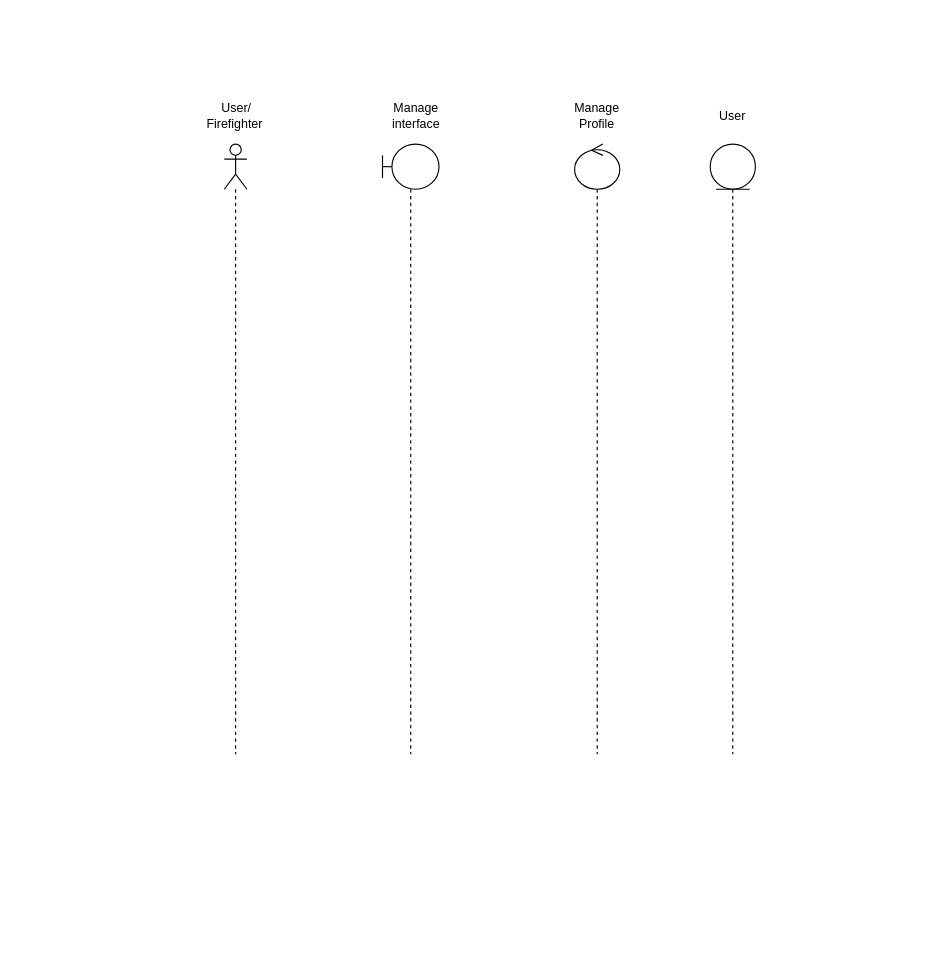
Earlier version of the draw.io diagram page "profile SD" (6 of 11) of doc/PSM.drawio (SNFASA/AI-Fire-Monitoring-System). Source tidied: cells renumbered, new cells numbered last; positions are measured from the earlier drawing's top-left corner, leaving out a move shared by most shapes. Both pictures are drawn from the tidied source at 113%, with x=0, y=0 at pixel (201, 98).
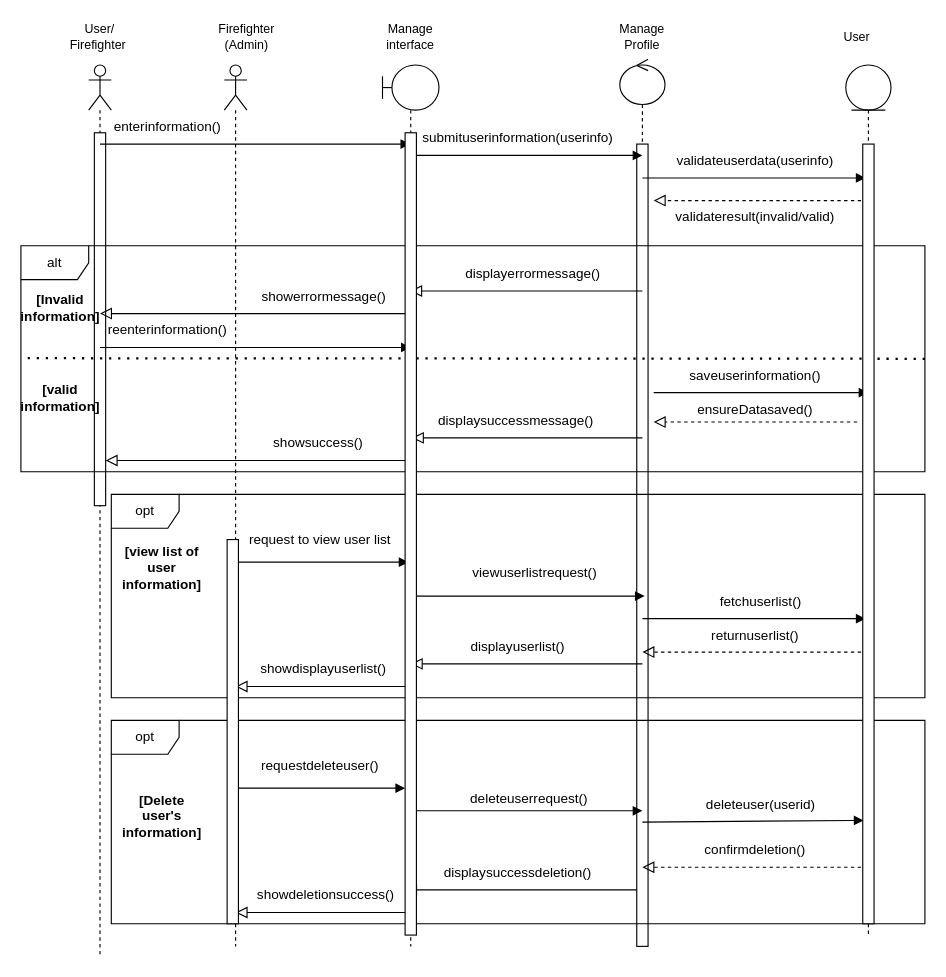
Above is the later version.

What changed in the source:
```diff
@@
     <mxCell id="2" style="shape=umlLifeline;perimeter=lifelinePerimeter;whiteSpace=wrap;html=1;newEdgeStyle={&quot;curved&quot;:0,&quot;rounded&quot;:0};participant=umlActor;fontFamily=Helvetica;fontSize=11;fontColor=default;labelBackgroundColor=none;" parent="1" vertex="1">
-      <mxGeometry x="20" y="40" width="20" height="540" as="geometry" />
+      <mxGeometry x="-100" y="-30" width="20" height="790" as="geometry" />
     </mxCell>
+    <mxCell id="10" style="html=1;points=[[0,0,0,0,5],[0,1,0,0,-5],[1,0,0,0,5],[1,1,0,0,-5]];perimeter=orthogonalPerimeter;outlineConnect=0;targetShapes=umlLifeline;portConstraint=eastwest;newEdgeStyle={&quot;curved&quot;:0,&quot;rounded&quot;:0};" parent="2" vertex="1">
+      <mxGeometry x="5" y="60" width="10" height="330" as="geometry" />
+    </mxCell>
     <mxCell id="3" style="shape=umlLifeline;perimeter=lifelinePerimeter;whiteSpace=wrap;html=1;outlineConnect=0;portConstraint=eastwest;newEdgeStyle={&quot;curved&quot;:0,&quot;rounded&quot;:0};participant=umlBoundary;fontFamily=Helvetica;fontSize=11;fontColor=default;labelBackgroundColor=none;" parent="1" vertex="1">
-      <mxGeometry x="160" y="40" width="50" height="540" as="geometry" />
+      <mxGeometry x="160" y="-30" width="50" height="780" as="geometry" />
     </mxCell>
     <mxCell id="4" style="shape=umlLifeline;perimeter=lifelinePerimeter;whiteSpace=wrap;html=1;newEdgeStyle={&quot;curved&quot;:0,&quot;rounded&quot;:0};participant=umlControl;fontFamily=Helvetica;fontSize=11;fontColor=default;labelBackgroundColor=none;" parent="1" vertex="1">
-      <mxGeometry x="330" y="40" width="40" height="540" as="geometry" />
+      <mxGeometry x="370" y="-35" width="40" height="785" as="geometry" />
     </mxCell>
+    <mxCell id="11" style="html=1;perimeter=orthogonalPerimeter;targetShapes=umlLifeline;newEdgeStyle={&quot;curved&quot;:0,&quot;rounded&quot;:0};" parent="4" vertex="1">
+      <mxGeometry x="15" y="75" width="10" height="710" as="geometry" />
+    </mxCell>
     <mxCell id="5" style="shape=umlLifeline;perimeter=lifelinePerimeter;whiteSpace=wrap;html=1;newEdgeStyle={&quot;curved&quot;:0,&quot;rounded&quot;:0};participant=umlEntity;fontFamily=Helvetica;fontSize=11;fontColor=default;labelBackgroundColor=none;" parent="1" vertex="1">
-      <mxGeometry x="450" y="40" width="40" height="540" as="geometry" />
+      <mxGeometry x="570" y="-30" width="40" height="770" as="geometry" />
     </mxCell>
     <mxCell id="6" value="User/&lt;div&gt;Firefighter&amp;nbsp;&lt;/div&gt;" style="text;html=1;whiteSpace=wrap;strokeColor=none;fillColor=none;align=center;verticalAlign=middle;rounded=0;fontFamily=Helvetica;fontSize=11;fontColor=default;labelBackgroundColor=none;" parent="1" vertex="1">
-      <mxGeometry x="0.5" width="60" height="30" as="geometry" />
+      <mxGeometry x="-120" y="-70" width="60" height="30" as="geometry" />
     </mxCell>
     <mxCell id="7" value="Manage&lt;div&gt;interface&lt;/div&gt;" style="text;html=1;whiteSpace=wrap;strokeColor=none;fillColor=none;align=center;verticalAlign=middle;rounded=0;fontFamily=Helvetica;fontSize=11;fontColor=default;labelBackgroundColor=none;" parent="1" vertex="1">
-      <mxGeometry x="160" width="60" height="30" as="geometry" />
+      <mxGeometry x="155" y="-70" width="60" height="30" as="geometry" />
     </mxCell>
     <mxCell id="8" value="Manage Profile" style="text;html=1;whiteSpace=wrap;strokeColor=none;fillColor=none;align=center;verticalAlign=middle;rounded=0;fontFamily=Helvetica;fontSize=11;fontColor=default;labelBackgroundColor=none;" parent="1" vertex="1">
-      <mxGeometry x="320" width="60" height="30" as="geometry" />
+      <mxGeometry x="360" y="-70" width="60" height="30" as="geometry" />
     </mxCell>
     <mxCell id="9" value="User" style="text;html=1;whiteSpace=wrap;strokeColor=none;fillColor=none;align=center;verticalAlign=middle;rounded=0;fontFamily=Helvetica;fontSize=11;fontColor=default;labelBackgroundColor=none;" parent="1" vertex="1">
-      <mxGeometry x="440" width="60" height="30" as="geometry" />
+      <mxGeometry x="550" y="-70" width="60" height="30" as="geometry" />
     </mxCell>
+    <mxCell id="12" style="shape=umlLifeline;perimeter=lifelinePerimeter;whiteSpace=wrap;html=1;newEdgeStyle={&quot;curved&quot;:0,&quot;rounded&quot;:0};participant=umlActor;fontFamily=Helvetica;fontSize=11;fontColor=default;labelBackgroundColor=none;" parent="1" vertex="1">
+      <mxGeometry x="20" y="-30" width="20" height="780" as="geometry" />
+    </mxCell>
+    <mxCell id="13" value="&lt;div&gt;Firefighter (Admin)&lt;/div&gt;" style="text;html=1;whiteSpace=wrap;strokeColor=none;fillColor=none;align=center;verticalAlign=middle;rounded=0;fontFamily=Helvetica;fontSize=11;fontColor=default;labelBackgroundColor=none;" parent="1" vertex="1">
+      <mxGeometry x="10" y="-70" width="60" height="30" as="geometry" />
+    </mxCell>
+    <mxCell id="14" style="html=1;verticalAlign=bottom;labelBackgroundColor=none;endArrow=block;endFill=1;rounded=0;" parent="1" edge="1" target="3">
+      <mxGeometry relative="1" as="geometry">
+        <mxPoint x="-90" y="40" as="sourcePoint" />
+      </mxGeometry>
+    </mxCell>
+    <mxCell id="15" style="endArrow=block;startArrow=none;endFill=0;startFill=0;endSize=8;html=1;verticalAlign=bottom;dashed=1;labelBackgroundColor=none;rounded=0;" parent="1" edge="1">
+      <mxGeometry relative="1" as="geometry">
+        <mxPoint x="589.5" y="90" as="sourcePoint" />
+        <mxPoint x="400" y="90" as="targetPoint" />
+      </mxGeometry>
+    </mxCell>
+    <mxCell id="16" style="html=1;verticalAlign=bottom;labelBackgroundColor=none;endArrow=block;endFill=1;rounded=0;" parent="1" edge="1" source="71">
+      <mxGeometry relative="1" as="geometry">
+        <mxPoint x="390" y="50" as="targetPoint" />
+      </mxGeometry>
+    </mxCell>
+    <mxCell id="17" style="html=1;verticalAlign=bottom;labelBackgroundColor=none;endArrow=block;endFill=1;rounded=0;" parent="1" edge="1">
+      <mxGeometry relative="1" as="geometry">
+        <mxPoint x="590" y="40" as="sourcePoint" />
+        <mxPoint x="590" y="70" as="targetPoint" />
+      </mxGeometry>
+    </mxCell>
+    <mxCell id="18" style="endArrow=block;startArrow=none;endFill=0;startFill=0;endSize=8;html=1;verticalAlign=bottom;labelBackgroundColor=none;rounded=0;" parent="1" edge="1" target="3">
+      <mxGeometry relative="1" as="geometry">
+        <mxPoint x="390" y="170" as="sourcePoint" />
+      </mxGeometry>
+    </mxCell>
+    <mxCell id="19" value="alt" style="shape=umlFrame;whiteSpace=wrap;html=1;" parent="1" vertex="1">
+      <mxGeometry x="-160" y="130" width="800" height="200" as="geometry" />
+    </mxCell>
+    <mxCell id="20" style="endArrow=none;dashed=1;html=1;dashPattern=1 3;strokeWidth=2;rounded=0;entryX=0.001;entryY=0.525;entryDx=0;entryDy=0;entryPerimeter=0;" parent="1" edge="1">
+      <mxGeometry relative="1" as="geometry">
+        <mxPoint x="640" y="230" as="sourcePoint" />
+        <mxPoint x="-160" y="229.5" as="targetPoint" />
+      </mxGeometry>
+    </mxCell>
+    <mxCell id="21" style="endArrow=block;startArrow=none;endFill=0;startFill=0;endSize=8;html=1;verticalAlign=bottom;labelBackgroundColor=none;rounded=0;" parent="1" edge="1">
+      <mxGeometry relative="1" as="geometry">
+        <mxPoint x="185" y="190" as="sourcePoint" />
+        <mxPoint x="-90" y="190" as="targetPoint" />
+      </mxGeometry>
+    </mxCell>
+    <mxCell id="22" value="opt" style="shape=umlFrame;whiteSpace=wrap;html=1;" parent="1" vertex="1">
+      <mxGeometry x="-80" y="350" width="720" height="180" as="geometry" />
+    </mxCell>
+    <mxCell id="23" style="html=1;verticalAlign=bottom;labelBackgroundColor=none;endArrow=block;endFill=1;rounded=0;" parent="1" edge="1">
+      <mxGeometry relative="1" as="geometry">
+        <mxPoint x="400" y="260" as="sourcePoint" />
+        <mxPoint x="590" y="260" as="targetPoint" />
+      </mxGeometry>
+    </mxCell>
+    <mxCell id="24" style="endArrow=block;startArrow=none;endFill=0;startFill=0;endSize=8;html=1;verticalAlign=bottom;dashed=1;labelBackgroundColor=none;rounded=0;" parent="1" edge="1">
+      <mxGeometry relative="1" as="geometry">
+        <mxPoint x="580" y="286" as="sourcePoint" />
+        <mxPoint x="400" y="286" as="targetPoint" />
+      </mxGeometry>
+    </mxCell>
+    <mxCell id="25" style="html=1;verticalAlign=bottom;labelBackgroundColor=none;endArrow=block;endFill=1;rounded=0;" parent="1" edge="1">
+      <mxGeometry relative="1" as="geometry">
+        <mxPoint x="-90" y="220" as="sourcePoint" />
+        <mxPoint x="185" y="220" as="targetPoint" />
+      </mxGeometry>
+    </mxCell>
+    <mxCell id="26" style="endArrow=block;startArrow=none;endFill=0;startFill=0;endSize=8;html=1;verticalAlign=bottom;labelBackgroundColor=none;rounded=0;" parent="1" edge="1">
+      <mxGeometry relative="1" as="geometry">
+        <mxPoint x="390" y="300" as="sourcePoint" />
+        <mxPoint x="186" y="300" as="targetPoint" />
+      </mxGeometry>
+    </mxCell>
+    <mxCell id="27" style="endArrow=block;startArrow=none;endFill=0;startFill=0;endSize=8;html=1;verticalAlign=bottom;labelBackgroundColor=none;rounded=0;" parent="1" edge="1" target="10">
+      <mxGeometry relative="1" as="geometry">
+        <mxPoint x="185" y="320" as="sourcePoint" />
+      </mxGeometry>
+    </mxCell>
+    <mxCell id="28" style="html=1;verticalAlign=bottom;labelBackgroundColor=none;endArrow=block;endFill=1;rounded=0;" parent="1" edge="1">
+      <mxGeometry relative="1" as="geometry">
+        <mxPoint x="33" y="410" as="sourcePoint" />
+        <mxPoint x="183" y="410" as="targetPoint" />
+      </mxGeometry>
+    </mxCell>
+    <mxCell id="29" style="html=1;verticalAlign=bottom;labelBackgroundColor=none;endArrow=block;endFill=1;rounded=0;" parent="1" edge="1">
+      <mxGeometry relative="1" as="geometry">
+        <mxPoint x="187" y="440" as="sourcePoint" />
+        <mxPoint x="392" y="440" as="targetPoint" />
+      </mxGeometry>
+    </mxCell>
+    <mxCell id="30" style="html=1;verticalAlign=bottom;labelBackgroundColor=none;endArrow=block;endFill=1;rounded=0;" parent="1" edge="1">
+      <mxGeometry relative="1" as="geometry">
+        <mxPoint x="590" y="420" as="sourcePoint" />
+        <mxPoint x="590" y="460" as="targetPoint" />
+      </mxGeometry>
+    </mxCell>
+    <mxCell id="31" style="endArrow=block;startArrow=none;endFill=0;startFill=0;endSize=8;html=1;verticalAlign=bottom;dashed=1;labelBackgroundColor=none;rounded=0;" parent="1" edge="1">
+      <mxGeometry relative="1" as="geometry">
+        <mxPoint x="589.5" y="489.6" as="sourcePoint" />
+        <mxPoint x="390" y="489.6" as="targetPoint" />
+      </mxGeometry>
+    </mxCell>
+    <mxCell id="32" style="endArrow=block;startArrow=none;endFill=0;startFill=0;endSize=8;html=1;verticalAlign=bottom;labelBackgroundColor=none;rounded=0;" parent="1" edge="1">
+      <mxGeometry relative="1" as="geometry">
+        <mxPoint x="390" y="500" as="sourcePoint" />
+        <mxPoint x="185" y="500" as="targetPoint" />
+      </mxGeometry>
+    </mxCell>
+    <mxCell id="33" style="endArrow=block;startArrow=none;endFill=0;startFill=0;endSize=8;html=1;verticalAlign=bottom;labelBackgroundColor=none;rounded=0;" parent="1" edge="1" source="3">
+      <mxGeometry relative="1" as="geometry">
+        <mxPoint x="30" y="520" as="targetPoint" />
+      </mxGeometry>
+    </mxCell>
+    <mxCell id="34" style="html=1;verticalAlign=bottom;labelBackgroundColor=none;endArrow=block;endFill=1;rounded=0;" parent="1" edge="1">
+      <mxGeometry relative="1" as="geometry">
+        <mxPoint x="30" y="610" as="sourcePoint" />
+        <mxPoint x="180" y="610" as="targetPoint" />
+      </mxGeometry>
+    </mxCell>
+    <mxCell id="35" style="html=1;verticalAlign=bottom;labelBackgroundColor=none;endArrow=block;endFill=1;rounded=0;" parent="1" edge="1">
+      <mxGeometry relative="1" as="geometry">
+        <mxPoint x="185" y="630" as="sourcePoint" />
+        <mxPoint x="390" y="630" as="targetPoint" />
+      </mxGeometry>
+    </mxCell>
+    <mxCell id="36" style="endArrow=block;startArrow=none;endFill=0;startFill=0;endSize=8;html=1;verticalAlign=bottom;dashed=1;labelBackgroundColor=none;rounded=0;" parent="1" edge="1">
+      <mxGeometry relative="1" as="geometry">
+        <mxPoint x="589.5" y="680" as="sourcePoint" />
+        <mxPoint x="390" y="680" as="targetPoint" />
+      </mxGeometry>
+    </mxCell>
+    <mxCell id="37" style="html=1;verticalAlign=bottom;labelBackgroundColor=none;endArrow=block;endFill=1;rounded=0;entryX=-0.361;entryY=0.855;entryDx=0;entryDy=0;entryPerimeter=0;" parent="1" edge="1">
+      <mxGeometry relative="1" as="geometry">
+        <mxPoint x="390" y="640" as="sourcePoint" />
+        <mxPoint x="585.7" y="638.5" as="targetPoint" />
+      </mxGeometry>
+    </mxCell>
+    <mxCell id="38" style="endArrow=block;startArrow=none;endFill=0;startFill=0;endSize=8;html=1;verticalAlign=bottom;labelBackgroundColor=none;rounded=0;" parent="1" edge="1">
+      <mxGeometry relative="1" as="geometry">
+        <mxPoint x="385" y="700" as="sourcePoint" />
+        <mxPoint x="180" y="700" as="targetPoint" />
+      </mxGeometry>
+    </mxCell>
+    <mxCell id="39" style="endArrow=block;startArrow=none;endFill=0;startFill=0;endSize=8;html=1;verticalAlign=bottom;labelBackgroundColor=none;rounded=0;" parent="1" edge="1">
+      <mxGeometry relative="1" as="geometry">
+        <mxPoint x="185" y="720" as="sourcePoint" />
+        <mxPoint x="30" y="720" as="targetPoint" />
+      </mxGeometry>
+    </mxCell>
+    <mxCell id="40" value="opt" style="shape=umlFrame;whiteSpace=wrap;html=1;" parent="1" vertex="1">
+      <mxGeometry x="-80" y="550" width="720" height="180" as="geometry" />
+    </mxCell>
+    <mxCell id="41" style="html=1;verticalAlign=bottom;labelBackgroundColor=none;endArrow=block;endFill=1;rounded=0;" parent="1" edge="1">
+      <mxGeometry relative="1" as="geometry">
+        <mxPoint x="390" y="70" as="sourcePoint" />
+        <mxPoint x="587.5" y="70" as="targetPoint" />
+      </mxGeometry>
+    </mxCell>
+    <mxCell id="42" style="html=1;verticalAlign=bottom;labelBackgroundColor=none;endArrow=block;endFill=1;rounded=0;" parent="1" edge="1">
+      <mxGeometry relative="1" as="geometry">
+        <mxPoint x="390" y="460" as="sourcePoint" />
+        <mxPoint x="587.5" y="460" as="targetPoint" />
+      </mxGeometry>
+    </mxCell>
+    <mxCell id="43" value="&lt;b&gt;[Invalid information]&lt;/b&gt;" style="text;html=1;whiteSpace=wrap;strokeColor=none;fillColor=none;align=center;verticalAlign=middle;rounded=0;" parent="1" vertex="1">
+      <mxGeometry x="-150" y="170" width="50" height="30" as="geometry" />
+    </mxCell>
+    <mxCell id="44" value="&lt;b&gt;[valid information]&lt;/b&gt;" style="text;html=1;whiteSpace=wrap;strokeColor=none;fillColor=none;align=center;verticalAlign=middle;rounded=0;" parent="1" vertex="1">
+      <mxGeometry x="-150" y="250" width="50" height="30" as="geometry" />
+    </mxCell>
+    <mxCell id="45" value="&lt;b&gt;[view list of user information]&lt;/b&gt;" style="text;html=1;whiteSpace=wrap;strokeColor=none;fillColor=none;align=center;verticalAlign=middle;rounded=0;" parent="1" vertex="1">
+      <mxGeometry x="-60" y="400" width="50" height="30" as="geometry" />
+    </mxCell>
+    <mxCell id="46" value="&lt;b&gt;[Delete user's information]&lt;/b&gt;" style="text;html=1;whiteSpace=wrap;strokeColor=none;fillColor=none;align=center;verticalAlign=middle;rounded=0;" parent="1" vertex="1">
+      <mxGeometry x="-60" y="620" width="50" height="30" as="geometry" />
+    </mxCell>
+    <mxCell id="47" value="enterinformation()" style="text;html=1;whiteSpace=wrap;strokeColor=none;fillColor=none;align=center;verticalAlign=middle;rounded=0;" parent="1" vertex="1">
+      <mxGeometry x="-60" y="10" width="60" height="30" as="geometry" />
+    </mxCell>
+    <mxCell id="48" value="submituserinformation(userinfo)" style="text;html=1;whiteSpace=wrap;strokeColor=none;fillColor=none;align=center;verticalAlign=middle;rounded=0;" parent="1" vertex="1">
+      <mxGeometry x="250" y="20" width="60" height="30" as="geometry" />
+    </mxCell>
+    <mxCell id="49" value="validateuserdata(userinfo)" style="text;html=1;whiteSpace=wrap;strokeColor=none;fillColor=none;align=center;verticalAlign=middle;rounded=0;" parent="1" vertex="1">
+      <mxGeometry x="460" y="40" width="60" height="30" as="geometry" />
+    </mxCell>
+    <mxCell id="50" value="validateresult(invalid/valid)" style="text;html=1;whiteSpace=wrap;strokeColor=none;fillColor=none;align=center;verticalAlign=middle;rounded=0;" parent="1" vertex="1">
+      <mxGeometry x="460" y="90" width="60" height="30" as="geometry" />
+    </mxCell>
+    <mxCell id="51" value="displayerrormessage()&amp;nbsp;" style="text;html=1;whiteSpace=wrap;strokeColor=none;fillColor=none;align=center;verticalAlign=middle;rounded=0;" parent="1" vertex="1">
+      <mxGeometry x="220" y="140" width="150" height="30" as="geometry" />
+    </mxCell>
+    <mxCell id="52" value="showerrormessage()&amp;nbsp;" style="text;html=1;whiteSpace=wrap;strokeColor=none;fillColor=none;align=center;verticalAlign=middle;rounded=0;" parent="1" vertex="1">
+      <mxGeometry x="35" y="160" width="150" height="30" as="geometry" />
+    </mxCell>
+    <mxCell id="53" value="reenterinformation()" style="text;html=1;whiteSpace=wrap;strokeColor=none;fillColor=none;align=center;verticalAlign=middle;rounded=0;" parent="1" vertex="1">
+      <mxGeometry x="-60" y="190" width="60" height="30" as="geometry" />
+    </mxCell>
+    <mxCell id="54" value="showsuccess()&amp;nbsp;" style="text;html=1;whiteSpace=wrap;strokeColor=none;fillColor=none;align=center;verticalAlign=middle;rounded=0;" parent="1" vertex="1">
+      <mxGeometry x="30" y="290" width="150" height="30" as="geometry" />
+    </mxCell>
+    <mxCell id="55" value="displaysuccessmessage()&amp;nbsp;" style="text;html=1;whiteSpace=wrap;strokeColor=none;fillColor=none;align=center;verticalAlign=middle;rounded=0;" parent="1" vertex="1">
+      <mxGeometry x="205" y="270" width="150" height="30" as="geometry" />
+    </mxCell>
+    <mxCell id="56" value="ensureDatasaved()" style="text;html=1;whiteSpace=wrap;strokeColor=none;fillColor=none;align=center;verticalAlign=middle;rounded=0;" parent="1" vertex="1">
+      <mxGeometry x="460" y="260" width="60" height="30" as="geometry" />
+    </mxCell>
+    <mxCell id="57" value="saveuserinformation()" style="text;html=1;whiteSpace=wrap;strokeColor=none;fillColor=none;align=center;verticalAlign=middle;rounded=0;" parent="1" vertex="1">
+      <mxGeometry x="460" y="230" width="60" height="30" as="geometry" />
+    </mxCell>
+    <mxCell id="58" value="request to view user list" style="text;html=1;whiteSpace=wrap;strokeColor=none;fillColor=none;align=center;verticalAlign=middle;rounded=0;" parent="1" vertex="1">
+      <mxGeometry x="30" y="375" width="150" height="30" as="geometry" />
+    </mxCell>
+    <mxCell id="59" value="viewuserlistrequest()" style="text;html=1;whiteSpace=wrap;strokeColor=none;fillColor=none;align=center;verticalAlign=middle;rounded=0;" parent="1" vertex="1">
+      <mxGeometry x="220" y="405" width="150" height="30" as="geometry" />
+    </mxCell>
+    <mxCell id="60" value="fetchuserlist()" style="text;html=1;whiteSpace=wrap;strokeColor=none;fillColor=none;align=center;verticalAlign=middle;rounded=0;" parent="1" vertex="1">
+      <mxGeometry x="420" y="430" width="150" height="30" as="geometry" />
+    </mxCell>
+    <mxCell id="61" value="returnuserlist()" style="text;html=1;whiteSpace=wrap;strokeColor=none;fillColor=none;align=center;verticalAlign=middle;rounded=0;" parent="1" vertex="1">
+      <mxGeometry x="415" y="460" width="150" height="30" as="geometry" />
+    </mxCell>
+    <mxCell id="62" value="displayuserlist()" style="text;html=1;whiteSpace=wrap;strokeColor=none;fillColor=none;align=center;verticalAlign=middle;rounded=0;" parent="1" vertex="1">
+      <mxGeometry x="205" y="470" width="150" height="30" as="geometry" />
+    </mxCell>
+    <mxCell id="63" value="showdisplayuserlist()" style="text;html=1;whiteSpace=wrap;strokeColor=none;fillColor=none;align=center;verticalAlign=middle;rounded=0;" parent="1" vertex="1">
+      <mxGeometry x="32.5" y="490" width="150" height="30" as="geometry" />
+    </mxCell>
+    <mxCell id="64" value="requestdeleteuser()" style="text;html=1;whiteSpace=wrap;strokeColor=none;fillColor=none;align=center;verticalAlign=middle;rounded=0;" parent="1" vertex="1">
+      <mxGeometry x="30" y="575" width="150" height="30" as="geometry" />
+    </mxCell>
+    <mxCell id="65" value="deleteuserrequest()" style="text;html=1;whiteSpace=wrap;strokeColor=none;fillColor=none;align=center;verticalAlign=middle;rounded=0;" parent="1" vertex="1">
+      <mxGeometry x="215" y="605" width="150" height="30" as="geometry" />
+    </mxCell>
+    <mxCell id="66" value="deleteuser(userid)" style="text;html=1;whiteSpace=wrap;strokeColor=none;fillColor=none;align=center;verticalAlign=middle;rounded=0;" parent="1" vertex="1">
+      <mxGeometry x="420" y="610" width="150" height="30" as="geometry" />
+    </mxCell>
+    <mxCell id="67" value="confirmdeletion()" style="text;html=1;whiteSpace=wrap;strokeColor=none;fillColor=none;align=center;verticalAlign=middle;rounded=0;" parent="1" vertex="1">
+      <mxGeometry x="415" y="650" width="150" height="30" as="geometry" />
+    </mxCell>
+    <mxCell id="68" value="displaysuccessdeletion()" style="text;html=1;whiteSpace=wrap;strokeColor=none;fillColor=none;align=center;verticalAlign=middle;rounded=0;" parent="1" vertex="1">
+      <mxGeometry x="205" y="670" width="150" height="30" as="geometry" />
+    </mxCell>
+    <mxCell id="69" value="showdeletionsuccess()" style="text;html=1;whiteSpace=wrap;strokeColor=none;fillColor=none;align=center;verticalAlign=middle;rounded=0;" parent="1" vertex="1">
+      <mxGeometry x="35" y="690" width="150" height="30" as="geometry" />
+    </mxCell>
+    <mxCell id="70" style="html=1;verticalAlign=bottom;labelBackgroundColor=none;endArrow=block;endFill=1;rounded=0;" parent="1" edge="1" target="71">
+      <mxGeometry relative="1" as="geometry">
+        <mxPoint x="185" y="50" as="sourcePoint" />
+      </mxGeometry>
+    </mxCell>
+    <mxCell id="71" style="html=1;points=[[0,0,0,0,5],[0,1,0,0,-5],[1,0,0,0,5],[1,1,0,0,-5]];perimeter=orthogonalPerimeter;outlineConnect=0;targetShapes=umlLifeline;portConstraint=eastwest;newEdgeStyle={&quot;curved&quot;:0,&quot;rounded&quot;:0};" parent="1" vertex="1">
+      <mxGeometry x="180" y="30" width="10" height="710" as="geometry" />
+    </mxCell>
+    <mxCell id="72" style="html=1;perimeter=orthogonalPerimeter;targetShapes=umlLifeline;newEdgeStyle={&quot;curved&quot;:0,&quot;rounded&quot;:0};" parent="1" vertex="1">
+      <mxGeometry x="22.5" y="390" width="10" height="340" as="geometry" />
+    </mxCell>
+    <mxCell id="73" style="html=1;perimeter=orthogonalPerimeter;targetShapes=umlLifeline;newEdgeStyle={&quot;curved&quot;:0,&quot;rounded&quot;:0};" parent="1" vertex="1">
+      <mxGeometry x="585" y="40" width="10" height="690" as="geometry" />
+    </mxCell>
```
